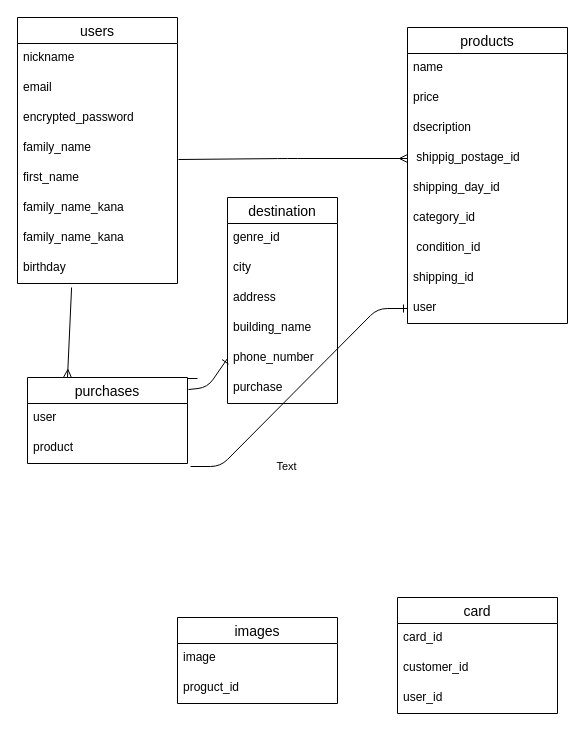
reicooooo/furima-37713 keeps this draw.io diagram as furima.dio. Above is the earlier version. Source tidied: cells renumbered, new cells numbered last; positions are measured from the earlier drawing's top-left corner, leaving out a move shared by most shapes. Both pictures are drawn from the tidied source at 100%, with x=0, y=0 at pixel (17, 17).
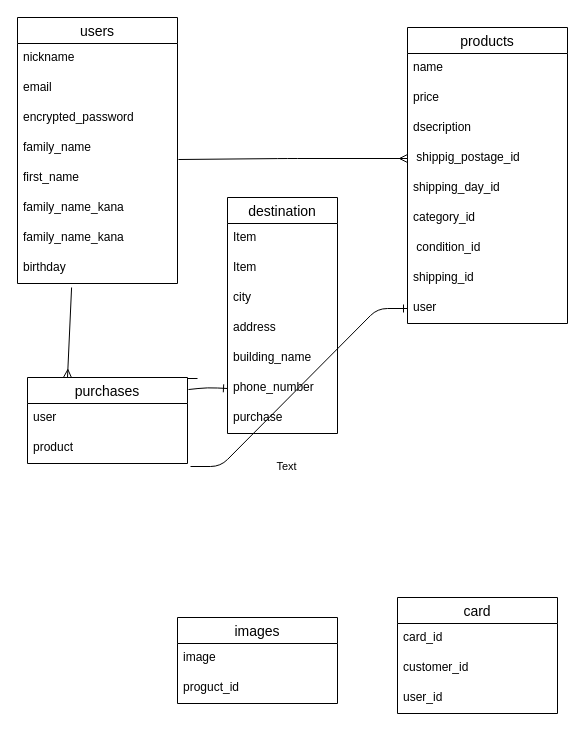
Above is the later version.

The edit, as a diff of the source:
```diff
@@
     <mxCell id="22" value="destination" style="swimlane;fontStyle=0;horizontal=1;startSize=26;align=center;fontSize=14;" parent="1" vertex="1">
-      <mxGeometry x="210" y="180" width="110" height="206" as="geometry" />
+      <mxGeometry x="210" y="180" width="110" height="236" as="geometry" />
     </mxCell>
-    <mxCell id="23" value="genre_id" style="text;strokeColor=none;fillColor=none;spacingLeft=4;spacingRight=4;overflow=hidden;fontSize=12;" parent="22" vertex="1">
-      <mxGeometry y="26" width="110" height="30" as="geometry" />
-    </mxCell>
+    <mxCell id="45" value="Item" style="text;strokeColor=none;fillColor=none;spacingLeft=4;spacingRight=4;overflow=hidden;fontSize=12;" parent="22" vertex="1">
+      <mxGeometry y="26" width="110" height="30" as="geometry" />
+    </mxCell>
+    <mxCell id="46" value="Item" style="text;strokeColor=none;fillColor=none;spacingLeft=4;spacingRight=4;overflow=hidden;fontSize=12;" parent="22" vertex="1">
+      <mxGeometry y="56" width="110" height="30" as="geometry" />
+    </mxCell>
     <mxCell id="24" value="city" style="text;strokeColor=none;fillColor=none;spacingLeft=4;spacingRight=4;overflow=hidden;fontSize=12;" parent="22" vertex="1">
-      <mxGeometry y="56" width="110" height="30" as="geometry" />
+      <mxGeometry y="86" width="110" height="30" as="geometry" />
     </mxCell>
     <mxCell id="25" value="address" style="text;strokeColor=none;fillColor=none;spacingLeft=4;spacingRight=4;overflow=hidden;fontSize=12;" parent="22" vertex="1">
-      <mxGeometry y="86" width="110" height="30" as="geometry" />
+      <mxGeometry y="116" width="110" height="30" as="geometry" />
     </mxCell>
     <mxCell id="26" value="building_name" style="text;strokeColor=none;fillColor=none;spacingLeft=4;spacingRight=4;overflow=hidden;fontSize=12;" parent="22" vertex="1">
-      <mxGeometry y="116" width="110" height="30" as="geometry" />
+      <mxGeometry y="146" width="110" height="30" as="geometry" />
     </mxCell>
     <mxCell id="27" value="phone_number" style="text;strokeColor=none;fillColor=none;spacingLeft=4;spacingRight=4;overflow=hidden;points=[[0,0.5],[1,0.5]];portConstraint=eastwest;fontSize=12;" parent="22" vertex="1">
-      <mxGeometry y="146" width="110" height="30" as="geometry" />
+      <mxGeometry y="176" width="110" height="30" as="geometry" />
     </mxCell>
     <mxCell id="28" value="purchase" style="text;strokeColor=none;fillColor=none;spacingLeft=4;spacingRight=4;overflow=hidden;fontSize=12;" parent="22" vertex="1">
-      <mxGeometry y="176" width="110" height="30" as="geometry" />
+      <mxGeometry y="206" width="110" height="30" as="geometry" />
     </mxCell>
```
